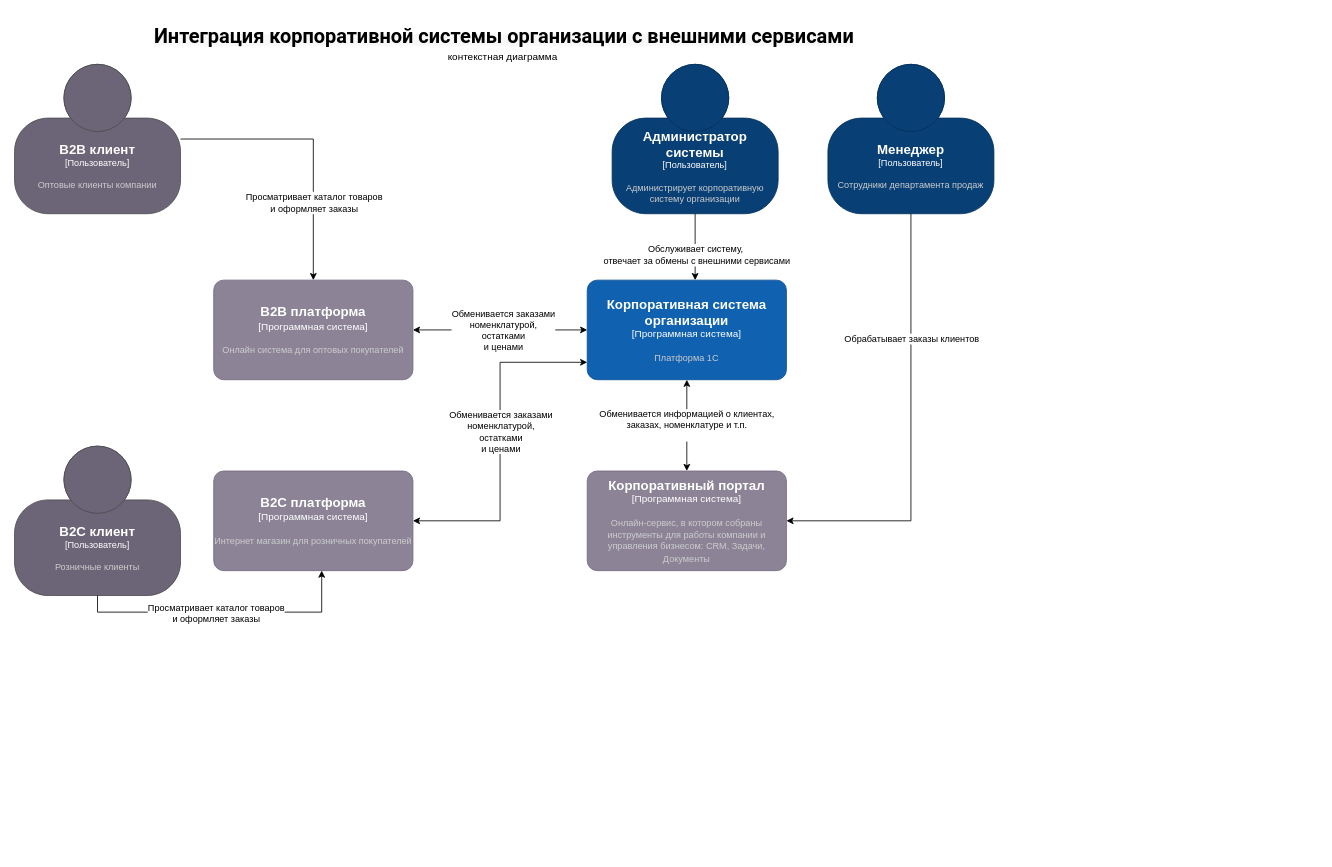
This is Component_Diagram.drawio from OlegM161/draw, a draw.io file, before an edit. Source tidied: cells renumbered, new cells numbered last; positions are measured from the earlier drawing's top-left corner, leaving out a move shared by most shapes. Both pictures are drawn from the tidied source at 83%, with x=0, y=0 at pixel (14, 14).
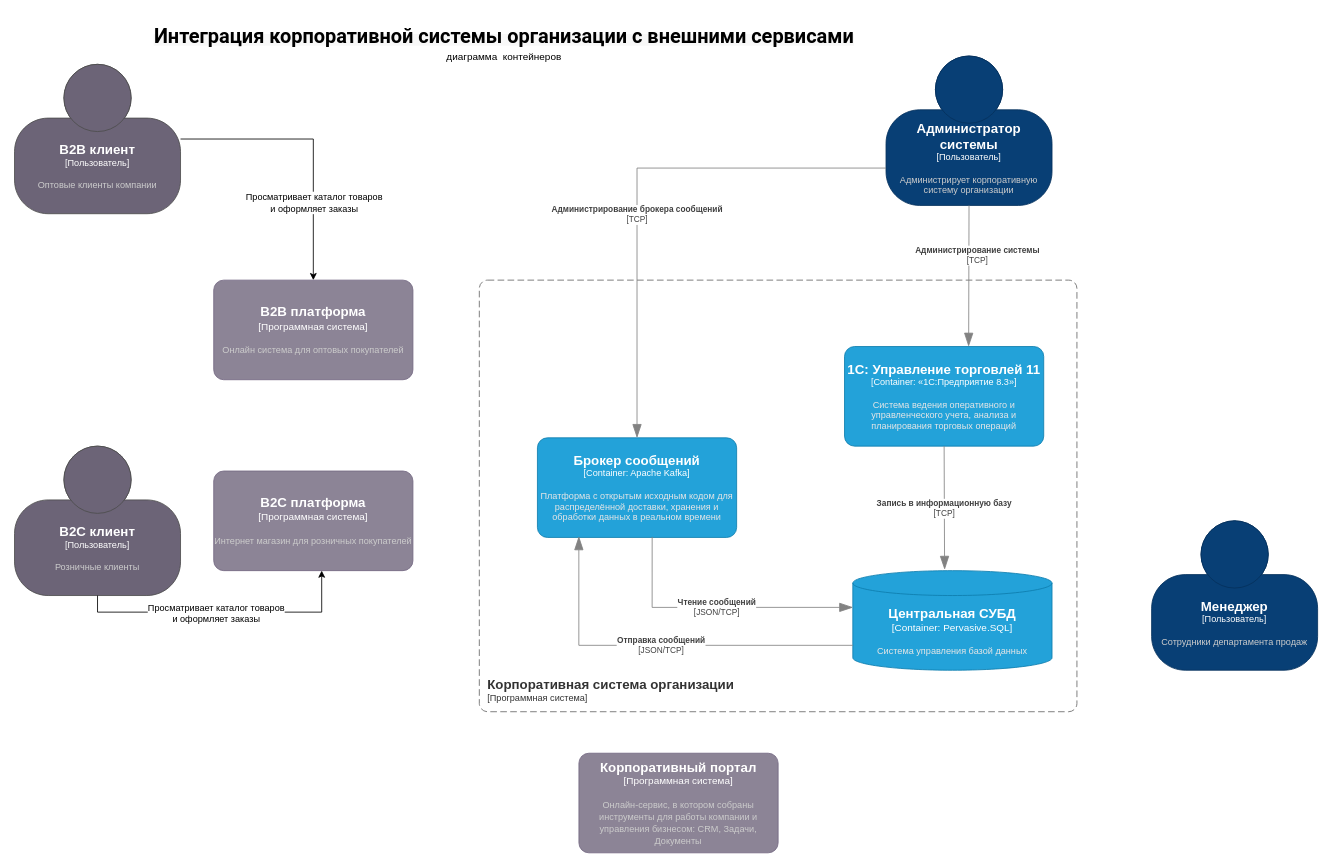
Above is the later version.

Unchanged cells that the change refers to:
```xml
<object id="4" label="&lt;font style=&quot;font-size: 16px&quot;&gt;&lt;b&gt;%c4Name%&lt;/b&gt;&lt;/font&gt;&lt;div&gt;[%c4Type%]&lt;/div&gt;&lt;br&gt;&lt;div&gt;&lt;font style=&quot;font-size: 11px&quot;&gt;&lt;font color=&quot;#cccccc&quot;&gt;%c4Description%&lt;/font&gt;&lt;/div&gt;" c4Description="Онлайн система для оптовых покупателей" c4Name="B2B платформа" c4Type="Программная система" placeholders="1">
  <mxCell style="rounded=1;whiteSpace=wrap;html=1;labelBackgroundColor=none;fillColor=#8C8496;fontColor=#ffffff;align=center;arcSize=10;strokeColor=#736782;points=[[0.25,0,0],[0.5,0,0],[0.75,0,0],[1,0.25,0],[1,0.5,0],[1,0.75,0],[0.75,1,0],[0.5,1,0],[0.25,1,0],[0,0.75,0],[0,0.5,0],[0,0.25,0]];" parent="1" vertex="1">
    <mxGeometry x="240" y="320" width="240" height="120" as="geometry" />
  </mxCell>
</object>
<object id="5" label="&lt;font style=&quot;font-size: 16px&quot;&gt;&lt;b&gt;%c4Name%&lt;/b&gt;&lt;/font&gt;&lt;div&gt;[%c4Type%]&lt;/div&gt;&lt;br&gt;&lt;div&gt;&lt;font style=&quot;font-size: 11px&quot;&gt;&lt;font color=&quot;#cccccc&quot;&gt;%c4Description%&lt;/font&gt;&lt;/div&gt;" c4Description="Интернет магазин для розничных покупателей" c4Name="B2C платформа" c4Type="Программная система" placeholders="1">
  <mxCell style="rounded=1;whiteSpace=wrap;html=1;labelBackgroundColor=none;fillColor=#8C8496;fontColor=#ffffff;align=center;arcSize=10;strokeColor=#736782;points=[[0.25,0,0],[0.5,0,0],[0.75,0,0],[1,0.25,0],[1,0.5,0],[1,0.75,0],[0.75,1,0],[0.5,1,0],[0.25,1,0],[0,0.75,0],[0,0.5,0],[0,0.25,0]];" parent="1" vertex="1">
    <mxGeometry x="240" y="550" width="240" height="120" as="geometry" />
  </mxCell>
</object>
```

Change to the diagram source:
```diff
@@
-    <object id="2" label="&lt;font style=&quot;font-size: 16px&quot;&gt;&lt;b&gt;%c4Name%&lt;/b&gt;&lt;/font&gt;&lt;div&gt;[%c4Type%]&lt;/div&gt;&lt;br&gt;&lt;div&gt;&lt;font style=&quot;font-size: 11px&quot;&gt;&lt;font color=&quot;#cccccc&quot;&gt;%c4Description%&lt;/font&gt;&lt;/div&gt;" c4Description="Платформа 1С" c4Name="Корпоративная система организации" c4Type="Программная система" placeholders="1">
-      <mxCell style="rounded=1;whiteSpace=wrap;html=1;labelBackgroundColor=none;fillColor=#1061B0;fontColor=#ffffff;align=center;arcSize=10;strokeColor=#0D5091;points=[[0.25,0,0],[0.5,0,0],[0.75,0,0],[1,0.25,0],[1,0.5,0],[1,0.75,0],[0.75,1,0],[0.5,1,0],[0.25,1,0],[0,0.75,0],[0,0.5,0],[0,0.25,0]];" parent="1" vertex="1">
-        <mxGeometry x="690" y="320" width="240" height="120" as="geometry" />
-      </mxCell>
-    </object>
     <object id="3" label="&lt;font style=&quot;font-size: 16px&quot;&gt;&lt;b&gt;%c4Name%&lt;/b&gt;&lt;/font&gt;&lt;div&gt;[%c4Type%]&lt;/div&gt;&lt;br&gt;&lt;div&gt;&lt;font style=&quot;font-size: 11px&quot;&gt;&lt;font color=&quot;#cccccc&quot;&gt;%c4Description%&lt;/font&gt;&lt;/div&gt;" c4Description="Администрирует корпоративную систему организации" c4Name="Администратор системы" c4Type="Пользователь" placeholders="1">
       <mxCell style="html=1;fontSize=11;dashed=0;whiteSpace=wrap;fillColor=#083F75;strokeColor=#06315C;fontColor=#ffffff;shape=mxgraph.c4.person2;align=center;points=[[0.5,0,0],[1,0.5,0],[1,0.75,0],[0.75,1,0],[0.5,1,0],[0.25,1,0],[0,0.75,0],[0,0.5,0]];" parent="1" vertex="1">
-        <mxGeometry x="720" y="60" width="200" height="180" as="geometry" />
+        <mxGeometry x="1050" y="50" width="200" height="180" as="geometry" />
       </mxCell>
     </object>
@@
-    <mxCell id="6" style="edgeStyle=orthogonalEdgeStyle;rounded=0;jettySize=auto;html=1;exitX=0.5;exitY=0;exitDx=0;exitDy=0;exitPerimeter=0;entryX=0.5;entryY=1;entryDx=0;entryDy=0;entryPerimeter=0;startArrow=classic;startFill=1;" parent="1" edge="1" source="8" target="2">
-      <mxGeometry relative="1" as="geometry" />
-    </mxCell>
-    <mxCell id="7" value="Обменивается информацией о клиентах,&lt;div&gt;заказах, номенклатуре и т.п.&lt;br&gt;&lt;div&gt;&lt;br&gt;&lt;/div&gt;&lt;/div&gt;" style="edgeLabel;html=1;align=center;verticalAlign=middle;" parent="6" vertex="1">
-      <mxGeometry x="0.02" y="1" relative="1" as="geometry" />
-    </mxCell>
     <object id="8" label="&lt;font style=&quot;font-size: 16px&quot;&gt;&lt;b&gt;%c4Name%&lt;/b&gt;&lt;/font&gt;&lt;div&gt;[%c4Type%]&lt;/div&gt;&lt;br&gt;&lt;div&gt;&lt;font style=&quot;font-size: 11px&quot;&gt;&lt;font color=&quot;#cccccc&quot;&gt;%c4Description%&lt;/font&gt;&lt;/div&gt;" c4Description="Онлайн-сервис, в котором собраны инструменты для работы компании и управления бизнесом: CRM, Задачи, Документы" c4Name="Корпоративный портал" c4Type="Программная система" placeholders="1">
       <mxCell style="rounded=1;whiteSpace=wrap;html=1;labelBackgroundColor=none;fillColor=#8C8496;fontColor=#ffffff;align=center;arcSize=10;strokeColor=#736782;points=[[0.25,0,0],[0.5,0,0],[0.75,0,0],[1,0.25,0],[1,0.5,0],[1,0.75,0],[0.75,1,0],[0.5,1,0],[0.25,1,0],[0,0.75,0],[0,0.5,0],[0,0.25,0]];" parent="1" vertex="1">
-        <mxGeometry x="690" y="550" width="240" height="120" as="geometry" />
+        <mxGeometry x="680" y="890" width="240" height="120" as="geometry" />
       </mxCell>
     </object>
@@
     <object id="13" label="&lt;font style=&quot;font-size: 16px&quot;&gt;&lt;b&gt;%c4Name%&lt;/b&gt;&lt;/font&gt;&lt;div&gt;[%c4Type%]&lt;/div&gt;&lt;br&gt;&lt;div&gt;&lt;font style=&quot;font-size: 11px&quot;&gt;&lt;font color=&quot;#cccccc&quot;&gt;%c4Description%&lt;/font&gt;&lt;/div&gt;" c4Description="Сотрудники департамента продаж" c4Name="Менеджер" c4Type="Пользователь" placeholders="1">
       <mxCell style="html=1;fontSize=11;dashed=0;whiteSpace=wrap;fillColor=#083F75;strokeColor=#06315C;fontColor=#ffffff;shape=mxgraph.c4.person2;align=center;points=[[0.5,0,0],[1,0.5,0],[1,0.75,0],[0.75,1,0],[0.5,1,0],[0.25,1,0],[0,0.75,0],[0,0.5,0]];" parent="1" vertex="1">
-        <mxGeometry x="980" y="60" width="200" height="180" as="geometry" />
+        <mxGeometry x="1370" y="610" width="200" height="180" as="geometry" />
       </mxCell>
     </object>
-    <mxCell id="14" style="endArrow=classic;html=1;rounded=0;exitX=0.5;exitY=1;exitDx=0;exitDy=0;exitPerimeter=0;" parent="1" edge="1" source="3">
-      <mxGeometry relative="1" as="geometry">
-        <mxPoint x="820" y="320" as="targetPoint" />
-      </mxGeometry>
-    </mxCell>
-    <mxCell id="15" value="Обслуживает систему,&amp;nbsp;&lt;div&gt;отвечает за обмены с внешними сервисами&lt;/div&gt;" style="edgeLabel;html=1;align=center;verticalAlign=middle;" parent="14" vertex="1">
-      <mxGeometry x="0.22" y="1" relative="1" as="geometry" />
-    </mxCell>
-    <mxCell id="16" style="edgeStyle=orthogonalEdgeStyle;rounded=0;jettySize=auto;html=1;entryX=1;entryY=0.5;entryDx=0;entryDy=0;entryPerimeter=0;exitX=0.5;exitY=1;exitDx=0;exitDy=0;exitPerimeter=0;" parent="1" edge="1" source="13" target="8">
-      <mxGeometry relative="1" as="geometry" />
-    </mxCell>
-    <mxCell id="17" value="Обрабатывает заказы клиентов" style="edgeLabel;html=1;align=center;verticalAlign=middle;" parent="16" vertex="1">
-      <mxGeometry relative="1" as="geometry">
-        <mxPoint y="-110" as="offset" />
-      </mxGeometry>
-    </mxCell>
-    <mxCell id="18" style="edgeStyle=orthogonalEdgeStyle;rounded=0;jettySize=auto;html=1;entryX=0;entryY=0.5;entryDx=0;entryDy=0;entryPerimeter=0;startArrow=classic;startFill=1;" parent="1" edge="1" source="4" target="2">
-      <mxGeometry relative="1" as="geometry" />
-    </mxCell>
-    <mxCell id="19" value="Обменивается заказами&lt;div&gt;номенклатурой,&lt;/div&gt;&lt;div&gt;остатками&lt;/div&gt;&lt;div&gt;и ценами&lt;/div&gt;" style="edgeLabel;html=1;align=center;verticalAlign=middle;" parent="18" vertex="1">
-      <mxGeometry x="0.03" relative="1" as="geometry" />
-    </mxCell>
@@
-    <mxCell id="22" style="edgeStyle=orthogonalEdgeStyle;rounded=0;jettySize=auto;html=1;entryX=0;entryY=0.825;entryDx=0;entryDy=0;entryPerimeter=0;startArrow=classic;startFill=1;" parent="1" edge="1" source="5" target="2">
-      <mxGeometry relative="1" as="geometry" />
-    </mxCell>
-    <mxCell id="23" value="Обменивается заказами&lt;div&gt;номенклатурой,&lt;/div&gt;&lt;div&gt;остатками&lt;/div&gt;&lt;div&gt;и ценами&lt;/div&gt;" style="edgeLabel;html=1;align=center;verticalAlign=middle;" parent="22" vertex="1">
-      <mxGeometry x="0.06" relative="1" as="geometry" />
-    </mxCell>
-    <mxCell id="24" value="&lt;div&gt;&lt;span style=&quot;font-family: Roboto, sans-serif; text-align: left; white-space: pre-line; background-color: rgb(248, 248, 248);&quot;&gt;&lt;font style=&quot;font-size: 24px;&quot;&gt;&lt;b style=&quot;&quot;&gt;Интеграция корпоративной системы организации с внешними сервисами&lt;/b&gt;&lt;/font&gt;&lt;/span&gt;&lt;br&gt;&lt;/div&gt;&lt;div&gt;контекстная диаграмма&amp;nbsp;&lt;span style=&quot;font-family: Roboto, sans-serif; font-size: 14px; text-align: left; white-space: pre-line; background-color: rgb(248, 248, 248);&quot;&gt;&lt;br&gt;&lt;/span&gt;&lt;/div&gt;" style="text;html=1;align=center;verticalAlign=middle;whiteSpace=wrap;rounded=0;" parent="1" vertex="1">
+    <mxCell id="24" value="&lt;div&gt;&lt;span style=&quot;font-family: Roboto, sans-serif; text-align: left; white-space: pre-line; background-color: rgb(248, 248, 248);&quot;&gt;&lt;font style=&quot;font-size: 24px;&quot;&gt;&lt;b style=&quot;&quot;&gt;Интеграция корпоративной системы организации с внешними сервисами&lt;/b&gt;&lt;/font&gt;&lt;/span&gt;&lt;br&gt;&lt;/div&gt;&lt;div&gt;диаграмма&amp;nbsp; контейнеров&lt;span style=&quot;font-family: Roboto, sans-serif; font-size: 14px; text-align: left; white-space: pre-line; background-color: rgb(248, 248, 248);&quot;&gt;&lt;br&gt;&lt;/span&gt;&lt;/div&gt;" style="text;html=1;align=center;verticalAlign=middle;whiteSpace=wrap;rounded=0;" parent="1" vertex="1">
       <mxGeometry x="120" width="940" height="70" as="geometry" />
     </mxCell>
+    <object id="25" label="&lt;font style=&quot;font-size: 16px&quot;&gt;&lt;b&gt;&lt;div style=&quot;text-align: left&quot;&gt;%c4Name%&lt;/div&gt;&lt;/b&gt;&lt;/font&gt;&lt;div style=&quot;text-align: left&quot;&gt;[%c4Application%]&lt;/div&gt;" c4Application="Программная система" c4Name="Корпоративная система организации" placeholders="1">
+      <mxCell style="rounded=1;fontSize=11;whiteSpace=wrap;html=1;dashed=1;arcSize=20;fillColor=none;strokeColor=#666666;fontColor=#333333;labelBackgroundColor=none;align=left;verticalAlign=bottom;labelBorderColor=none;spacingTop=0;spacing=10;dashPattern=8 4;perimeter=rectanglePerimeter;noLabel=0;labelPadding=0;absoluteArcSize=1;" parent="1" vertex="1">
+        <mxGeometry x="560" y="320" width="720" height="520" as="geometry" />
+      </mxCell>
+    </object>
+    <object id="26" label="&lt;font style=&quot;font-size: 16px&quot;&gt;&lt;b&gt;%c4Name%&lt;/b&gt;&lt;/font&gt;&lt;div&gt;[%c4Type%:&amp;nbsp;%c4Technology%]&lt;/div&gt;&lt;br&gt;&lt;div&gt;&lt;font style=&quot;font-size: 11px&quot;&gt;&lt;font color=&quot;#E6E6E6&quot;&gt;%c4Description%&lt;/font&gt;&lt;/div&gt;" c4Description="Система управления базой данных" c4Name="Центральная СУБД" c4Technology="Pervasive.SQL" c4Type="Container" placeholders="1">
+      <mxCell style="shape=cylinder3;size=15;whiteSpace=wrap;html=1;boundedLbl=1;rounded=0;labelBackgroundColor=none;fillColor=#23A2D9;fontSize=12;fontColor=#ffffff;align=center;strokeColor=#0E7DAD;points=[[0.5,0,0],[1,0.25,0],[1,0.5,0],[1,0.75,0],[0.5,1,0],[0,0.75,0],[0,0.5,0],[0,0.25,0]];" parent="1" vertex="1">
+        <mxGeometry x="1010" y="670" width="240" height="120" as="geometry" />
+      </mxCell>
+    </object>
+    <object id="27" label="&lt;font style=&quot;font-size: 16px&quot;&gt;&lt;b&gt;%c4Name%&lt;/b&gt;&lt;/font&gt;&lt;div&gt;[%c4Type%: %c4Technology%]&lt;/div&gt;&lt;br&gt;&lt;div&gt;&lt;font style=&quot;font-size: 11px&quot;&gt;&lt;font color=&quot;#E6E6E6&quot;&gt;%c4Description%&lt;/font&gt;&lt;/div&gt;" c4Description="Платформа с открытым исходным кодом для распределённой доставки, хранения и обработки данных в реальном времени" c4Name="Брокер сообщений" c4Technology="Apache Kafka" c4Type="Container" placeholders="1">
+      <mxCell style="rounded=1;whiteSpace=wrap;html=1;fontSize=11;labelBackgroundColor=none;fillColor=#23A2D9;fontColor=#ffffff;align=center;arcSize=10;strokeColor=#0E7DAD;points=[[0.25,0,0],[0.5,0,0],[0.75,0,0],[1,0.25,0],[1,0.5,0],[1,0.75,0],[0.75,1,0],[0.5,1,0],[0.25,1,0],[0,0.75,0],[0,0.5,0],[0,0.25,0]];" parent="1" vertex="1">
+        <mxGeometry x="630" y="510" width="240" height="120" as="geometry" />
+      </mxCell>
+    </object>
+    <object id="28" label="&lt;font style=&quot;font-size: 16px&quot;&gt;&lt;b&gt;%c4Name%&lt;/b&gt;&lt;/font&gt;&lt;div&gt;[%c4Type%: %c4Technology%]&lt;/div&gt;&lt;br&gt;&lt;div&gt;&lt;font style=&quot;font-size: 11px&quot;&gt;&lt;font color=&quot;#E6E6E6&quot;&gt;%c4Description%&lt;/font&gt;&lt;/div&gt;" c4Description="Система ведения оперативного и управленческого учета, анализа и планирования торговых операций" c4Name="1C: Управление торговлей 11" c4Technology="«1С:Предприятие 8.3»" c4Type="Container" placeholders="1">
+      <mxCell style="rounded=1;whiteSpace=wrap;html=1;fontSize=11;labelBackgroundColor=none;fillColor=#23A2D9;fontColor=#ffffff;align=center;arcSize=10;strokeColor=#0E7DAD;points=[[0.25,0,0],[0.5,0,0],[0.75,0,0],[1,0.25,0],[1,0.5,0],[1,0.75,0],[0.75,1,0],[0.5,1,0],[0.25,1,0],[0,0.75,0],[0,0.5,0],[0,0.25,0]];" parent="1" vertex="1">
+        <mxGeometry x="1000" y="400" width="240" height="120" as="geometry" />
+      </mxCell>
+    </object>
+    <object id="29" label="&lt;div style=&quot;text-align: left&quot;&gt;&lt;div style=&quot;text-align: center&quot;&gt;&lt;b&gt;%c4Description%&lt;/b&gt;&lt;/div&gt;&lt;div style=&quot;text-align: center&quot;&gt;[%c4Technology%]&lt;/div&gt;&lt;/div&gt;" c4Description="Администрирование брокера сообщений" c4Technology="TCP" placeholders="1">
+      <mxCell style="endArrow=blockThin;html=1;fontSize=10;fontColor=#404040;strokeWidth=1;endFill=1;strokeColor=#828282;elbow=vertical;endSize=14;startSize=14;jumpStyle=arc;jumpSize=16;rounded=0;edgeStyle=orthogonalEdgeStyle;exitX=0;exitY=0.75;exitDx=0;exitDy=0;exitPerimeter=0;" parent="1" edge="1" source="3" target="27">
+        <mxGeometry x="0.14" relative="1" as="geometry" />
+      </mxCell>
+    </object>
+    <object id="30" label="&lt;div style=&quot;text-align: left&quot;&gt;&lt;div style=&quot;text-align: center&quot;&gt;&lt;b&gt;%c4Description%&lt;/b&gt;&lt;/div&gt;&lt;div style=&quot;text-align: center&quot;&gt;[%c4Technology%]&lt;/div&gt;&lt;/div&gt;" c4Description="Администрирование системы" c4Technology="TCP" placeholders="1">
+      <mxCell style="endArrow=blockThin;html=1;fontSize=10;fontColor=#404040;strokeWidth=1;endFill=1;strokeColor=#828282;elbow=vertical;endSize=14;startSize=14;jumpStyle=arc;jumpSize=16;rounded=0;edgeStyle=orthogonalEdgeStyle;exitX=0.5;exitY=1;exitDx=0;exitDy=0;exitPerimeter=0;entryX=0.623;entryY=0;entryDx=0;entryDy=0;entryPerimeter=0;" parent="1" edge="1" source="3" target="28">
+        <mxGeometry x="-0.3" y="10" relative="1" as="geometry" />
+      </mxCell>
+    </object>
+    <object id="31" label="&lt;div style=&quot;text-align: left&quot;&gt;&lt;div style=&quot;text-align: center&quot;&gt;&lt;b&gt;%c4Description%&lt;/b&gt;&lt;/div&gt;&lt;div style=&quot;text-align: center&quot;&gt;[%c4Technology%]&lt;/div&gt;&lt;/div&gt;" c4Description="Запись в информационную базу" c4Technology="TCP" placeholders="1">
+      <mxCell style="endArrow=blockThin;html=1;fontSize=10;fontColor=#404040;strokeWidth=1;endFill=1;strokeColor=#828282;elbow=vertical;endSize=14;startSize=14;jumpStyle=arc;jumpSize=16;rounded=0;edgeStyle=orthogonalEdgeStyle;entryX=0.461;entryY=-0.01;entryDx=0;entryDy=0;entryPerimeter=0;exitX=0.5;exitY=1;exitDx=0;exitDy=0;exitPerimeter=0;" parent="1" edge="1" source="28" target="26">
+        <mxGeometry relative="1" as="geometry" />
+      </mxCell>
+    </object>
+    <object id="32" label="&lt;div style=&quot;text-align: left&quot;&gt;&lt;div style=&quot;text-align: center&quot;&gt;&lt;b&gt;%c4Description%&lt;/b&gt;&lt;/div&gt;&lt;div style=&quot;text-align: center&quot;&gt;[%c4Technology%]&lt;/div&gt;&lt;/div&gt;" c4Description="Чтение сообщений" c4Technology="JSON/TCP" placeholders="1">
+      <mxCell style="endArrow=blockThin;html=1;fontSize=10;fontColor=#404040;strokeWidth=1;endFill=1;strokeColor=#828282;elbow=vertical;endSize=14;startSize=14;jumpStyle=arc;jumpSize=16;rounded=0;edgeStyle=orthogonalEdgeStyle;exitX=0.576;exitY=0.995;exitDx=0;exitDy=0;exitPerimeter=0;entryX=0.001;entryY=0.369;entryDx=0;entryDy=0;entryPerimeter=0;" parent="1" edge="1" source="27" target="26">
+        <mxGeometry relative="1" as="geometry" />
+      </mxCell>
+    </object>
+    <object id="33" label="&lt;div style=&quot;text-align: left&quot;&gt;&lt;div style=&quot;text-align: center&quot;&gt;&lt;b&gt;%c4Description%&lt;/b&gt;&lt;/div&gt;&lt;div style=&quot;text-align: center&quot;&gt;[%c4Technology%]&lt;/div&gt;&lt;/div&gt;" c4Description="Отправка сообщений" c4Technology="JSON/TCP" placeholders="1">
+      <mxCell style="endArrow=blockThin;html=1;fontSize=10;fontColor=#404040;strokeWidth=1;endFill=1;strokeColor=#828282;elbow=vertical;endSize=14;startSize=14;jumpStyle=arc;jumpSize=16;rounded=0;edgeStyle=orthogonalEdgeStyle;exitX=0;exitY=0.75;exitDx=0;exitDy=0;exitPerimeter=0;entryX=0.208;entryY=0.99;entryDx=0;entryDy=0;entryPerimeter=0;" parent="1" edge="1" source="26" target="27">
+        <mxGeometry relative="1" as="geometry" />
+      </mxCell>
+    </object>
```
